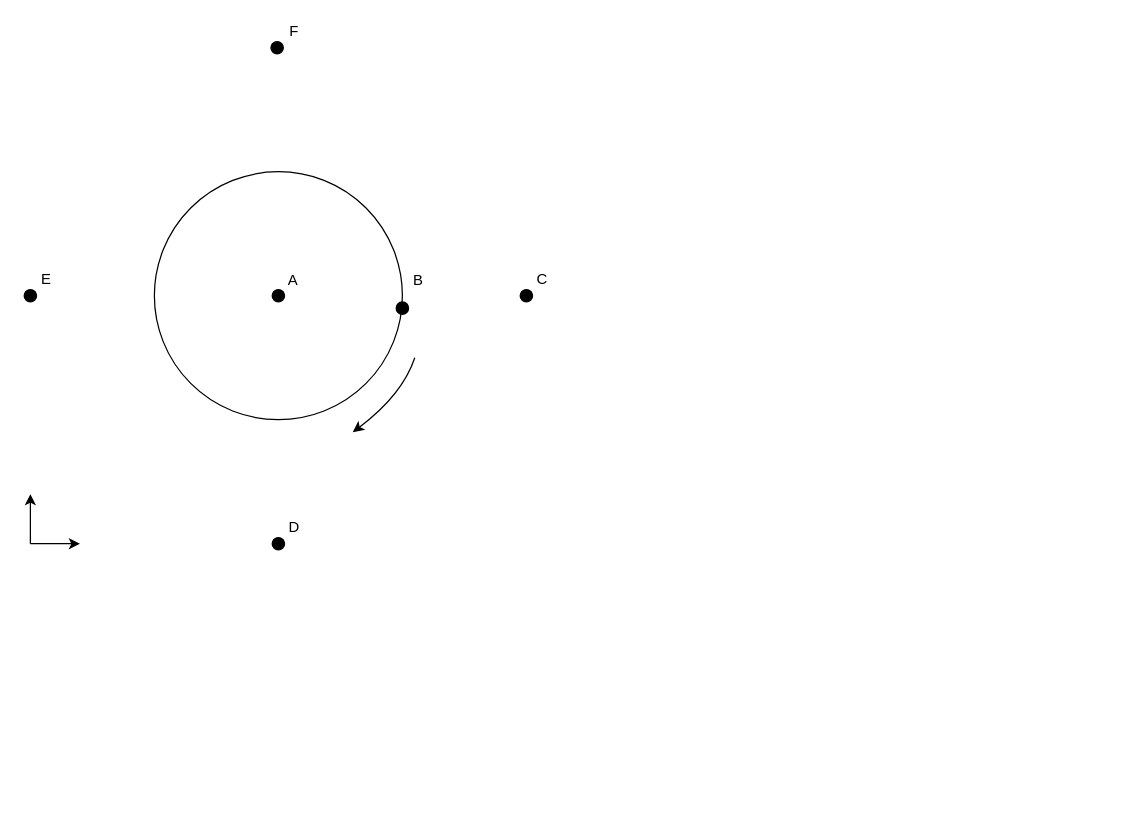
Above: design/diagrams/sample-diagram.drawio in EmmanuelMess/ConstraintBasedSimulator (draw.io), before the change. Source tidied: cells renumbered, new cells numbered last; positions are measured from the earlier drawing's top-left corner, leaving out a move shared by most shapes. Both pictures are drawn from the tidied source at 124%, with x=0, y=0 at pixel (24, 21).
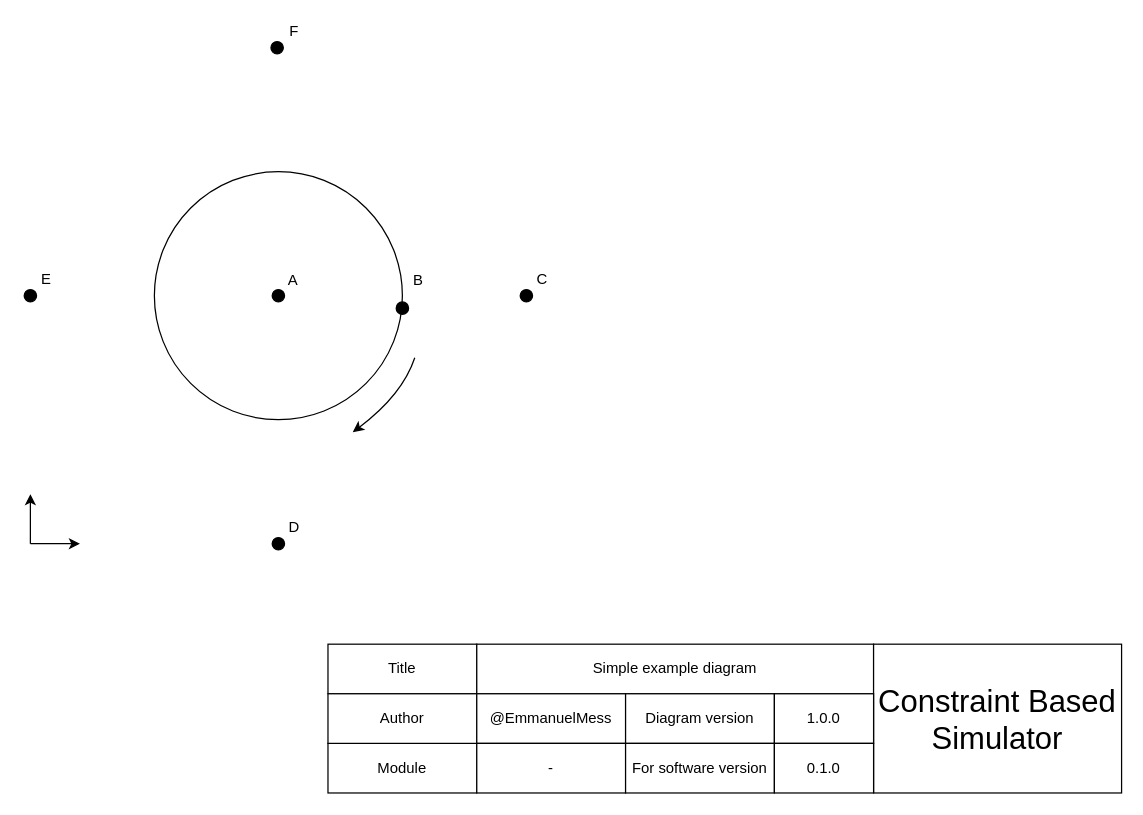
The same page after the edit.

What changed in the source:
```diff
@@
+    <mxCell id="18" value="Title" style="rounded=0;whiteSpace=wrap;html=1;" parent="1" vertex="1">
+      <mxGeometry x="245" y="502" width="120" height="40" as="geometry" />
+    </mxCell>
+    <mxCell id="19" value="Simple example diagram" style="rounded=0;whiteSpace=wrap;html=1;" parent="1" vertex="1">
+      <mxGeometry x="365" y="502" width="320" height="40" as="geometry" />
+    </mxCell>
+    <mxCell id="20" value="Module" style="rounded=0;whiteSpace=wrap;html=1;" parent="1" vertex="1">
+      <mxGeometry x="245" y="582" width="120" height="40" as="geometry" />
+    </mxCell>
+    <mxCell id="21" value="Author" style="rounded=0;whiteSpace=wrap;html=1;" parent="1" vertex="1">
+      <mxGeometry x="245" y="542" width="120" height="40" as="geometry" />
+    </mxCell>
+    <mxCell id="22" value="@EmmanuelMess" style="rounded=0;whiteSpace=wrap;html=1;" parent="1" vertex="1">
+      <mxGeometry x="365" y="542" width="120" height="40" as="geometry" />
+    </mxCell>
+    <mxCell id="23" value="-" style="rounded=0;whiteSpace=wrap;html=1;" parent="1" vertex="1">
+      <mxGeometry x="365" y="582" width="120" height="40" as="geometry" />
+    </mxCell>
+    <mxCell id="24" value="Diagram version" style="rounded=0;whiteSpace=wrap;html=1;" parent="1" vertex="1">
+      <mxGeometry x="485" y="542" width="120" height="40" as="geometry" />
+    </mxCell>
+    <mxCell id="25" value="&lt;font style=&quot;font-size: 25px;&quot;&gt;Constraint Based Simulator&lt;/font&gt;" style="rounded=0;whiteSpace=wrap;html=1;" parent="1" vertex="1">
+      <mxGeometry x="685" y="502" width="200" height="120" as="geometry" />
+    </mxCell>
+    <mxCell id="26" value="1.0.0" style="rounded=0;whiteSpace=wrap;html=1;" parent="1" vertex="1">
+      <mxGeometry x="605" y="542" width="80" height="40" as="geometry" />
+    </mxCell>
+    <mxCell id="27" value="For software version" style="rounded=0;whiteSpace=wrap;html=1;" parent="1" vertex="1">
+      <mxGeometry x="485" y="582" width="120" height="40" as="geometry" />
+    </mxCell>
+    <mxCell id="28" value="0.1.0" style="rounded=0;whiteSpace=wrap;html=1;" parent="1" vertex="1">
+      <mxGeometry x="605" y="582" width="80" height="40" as="geometry" />
+    </mxCell>
```
